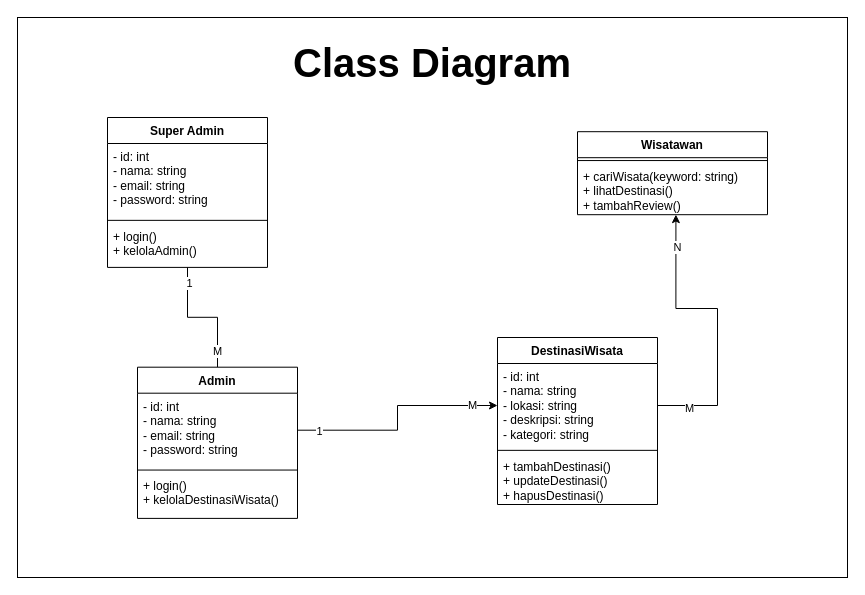
agungsaraswati/UML keeps this draw.io diagram as page "erd" (3 of 7) of Untitled Diagram.drawio. Above is the earlier version. Source tidied: cells renumbered, new cells numbered last; positions are measured from the earlier drawing's top-left corner, leaving out a move shared by most shapes. Both pictures are drawn from the tidied source at 100%, with x=0, y=0 at pixel (17, 17).
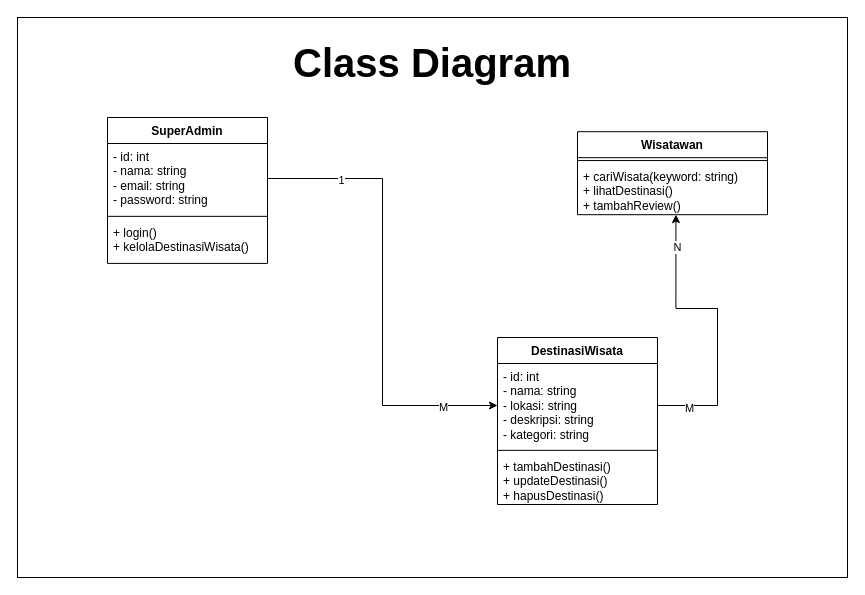
After the change.

The change refers to these unchanged cells:
```xml
<mxCell id="18" value="- id: int&lt;div&gt;- nama: string&lt;/div&gt;&lt;div&gt;- lokasi: string&lt;/div&gt;&lt;div&gt;- deskripsi: string&lt;/div&gt;&lt;div&gt;- kategori: string&lt;/div&gt;" style="text;strokeColor=none;fillColor=none;align=left;verticalAlign=top;spacingLeft=4;spacingRight=4;overflow=hidden;points=[[0,0.5],[1,0.5]];portConstraint=eastwest;whiteSpace=wrap;html=1;" parent="17" vertex="1">
  <mxGeometry y="26" width="160" height="84" as="geometry" />
</mxCell>
```

What changed in the source:
```diff
@@
-    <mxCell id="3" style="edgeStyle=orthogonalEdgeStyle;rounded=0;jettySize=auto;html=1;entryX=0.5;entryY=0;entryDx=0;entryDy=0;endArrow=none;endFill=0;" parent="1" edge="1" source="6" target="10">
-      <mxGeometry relative="1" as="geometry" />
-    </mxCell>
-    <mxCell id="4" value="M" style="edgeLabel;html=1;align=center;verticalAlign=middle;" parent="3" vertex="1">
-      <mxGeometry x="0.75" y="-1" relative="1" as="geometry" />
-    </mxCell>
-    <mxCell id="5" value="1" style="edgeLabel;html=1;align=center;verticalAlign=middle;" parent="3" vertex="1">
-      <mxGeometry x="-0.76" y="1" relative="1" as="geometry" />
-    </mxCell>
-    <mxCell id="6" value="Super Admin" style="swimlane;fontStyle=1;align=center;verticalAlign=top;horizontal=1;startSize=26;whiteSpace=wrap;html=1;" parent="1" vertex="1">
-      <mxGeometry x="90" y="100" width="160" height="149.9" as="geometry" />
+    <mxCell id="6" value="SuperAdmin" style="swimlane;fontStyle=1;align=center;verticalAlign=top;horizontal=1;startSize=26;whiteSpace=wrap;html=1;" parent="1" vertex="1">
+      <mxGeometry x="90" y="100" width="160" height="145.9" as="geometry" />
     </mxCell>
     <mxCell id="7" value="&lt;span style=&quot;background-color: initial;&quot;&gt;- id: int&lt;/span&gt;&lt;br&gt;&lt;span style=&quot;background-color: initial;&quot;&gt;- nama: string&lt;/span&gt;&lt;br&gt;&lt;span style=&quot;background-color: initial;&quot;&gt;- email: string&lt;/span&gt;&lt;br&gt;&lt;span style=&quot;background-color: initial;&quot;&gt;- password: string&lt;/span&gt;" style="text;strokeColor=none;fillColor=none;align=left;verticalAlign=top;spacingLeft=4;spacingRight=4;overflow=hidden;points=[[0,0.5],[1,0.5]];portConstraint=eastwest;whiteSpace=wrap;html=1;" parent="6" vertex="1">
-      <mxGeometry y="26" width="160" height="74" as="geometry" />
+      <mxGeometry y="26" width="160" height="70" as="geometry" />
     </mxCell>
     <mxCell id="8" style="line;strokeWidth=1;fillColor=none;align=left;verticalAlign=middle;spacingTop=-1;spacingLeft=3;spacingRight=3;labelPosition=right;strokeColor=inherit;" parent="6" vertex="1">
-      <mxGeometry y="100" width="160" height="5.7" as="geometry" />
+      <mxGeometry y="96" width="160" height="5.7" as="geometry" />
     </mxCell>
-    <mxCell id="9" value="&lt;span style=&quot;background-color: initial;&quot;&gt;+ login()&lt;/span&gt;&lt;br&gt;&lt;span style=&quot;background-color: initial;&quot;&gt;+ kelolaAdmin()&lt;/span&gt;" style="text;strokeColor=none;fillColor=none;align=left;verticalAlign=top;spacingLeft=4;spacingRight=4;overflow=hidden;whiteSpace=wrap;html=1;" parent="6" vertex="1">
-      <mxGeometry y="105.7" width="160" height="44.2" as="geometry" />
+    <mxCell id="9" value="&lt;span style=&quot;background-color: initial;&quot;&gt;+ login()&lt;/span&gt;&lt;br&gt;&lt;span style=&quot;background-color: initial;&quot;&gt;+ kelolaDestinasiWisata()&lt;/span&gt;" style="text;strokeColor=none;fillColor=none;align=left;verticalAlign=top;spacingLeft=4;spacingRight=4;overflow=hidden;whiteSpace=wrap;html=1;" parent="6" vertex="1">
+      <mxGeometry y="101.7" width="160" height="44.2" as="geometry" />
     </mxCell>
-    <mxCell id="10" value="Admin" style="swimlane;fontStyle=1;align=center;verticalAlign=top;horizontal=1;startSize=26;whiteSpace=wrap;html=1;" parent="1" vertex="1">
-      <mxGeometry x="120" y="349.7" width="160" height="151.2" as="geometry" />
-    </mxCell>
-    <mxCell id="11" value="&lt;span style=&quot;background-color: initial;&quot;&gt;- id: int&lt;/span&gt;&lt;br&gt;&lt;span style=&quot;background-color: initial;&quot;&gt;- nama: string&lt;/span&gt;&lt;br&gt;&lt;div&gt;&lt;span style=&quot;background-color: initial;&quot;&gt;- email: string&lt;/span&gt;&lt;/div&gt;&lt;div&gt;&lt;span style=&quot;background-color: initial;&quot;&gt;- password: string&lt;/span&gt;&lt;/div&gt;" style="text;strokeColor=none;fillColor=none;align=left;verticalAlign=top;spacingLeft=4;spacingRight=4;overflow=hidden;points=[[0,0.5],[1,0.5]];portConstraint=eastwest;whiteSpace=wrap;html=1;" parent="10" vertex="1">
-      <mxGeometry y="26" width="160" height="74" as="geometry" />
-    </mxCell>
-    <mxCell id="12" style="line;strokeWidth=1;fillColor=none;align=left;verticalAlign=middle;spacingTop=-1;spacingLeft=3;spacingRight=3;labelPosition=right;strokeColor=inherit;" parent="10" vertex="1">
-      <mxGeometry y="100" width="160" height="5.7" as="geometry" />
-    </mxCell>
-    <mxCell id="13" value="+ login()&lt;div&gt;+ kelolaDestinasiWisata()&lt;/div&gt;" style="text;strokeColor=none;fillColor=none;align=left;verticalAlign=top;spacingLeft=4;spacingRight=4;overflow=hidden;whiteSpace=wrap;html=1;" parent="10" vertex="1">
-      <mxGeometry y="105.7" width="160" height="45.5" as="geometry" />
-    </mxCell>
@@
-    <mxCell id="21" style="edgeStyle=orthogonalEdgeStyle;rounded=0;jettySize=auto;html=1;entryX=0;entryY=0.5;entryDx=0;entryDy=0;" parent="1" edge="1" source="11" target="18">
-      <mxGeometry relative="1" as="geometry" />
-    </mxCell>
-    <mxCell id="22" value="1" style="edgeLabel;html=1;align=center;verticalAlign=middle;" parent="21" vertex="1">
-      <mxGeometry x="-0.81" y="-1" relative="1" as="geometry" />
-    </mxCell>
-    <mxCell id="23" value="M" style="edgeLabel;html=1;align=center;verticalAlign=middle;" parent="21" vertex="1">
-      <mxGeometry x="0.77" y="1" relative="1" as="geometry" />
-    </mxCell>
@@
+    <mxCell id="28" style="edgeStyle=orthogonalEdgeStyle;rounded=0;jettySize=auto;html=1;entryX=0;entryY=0.5;entryDx=0;entryDy=0;" parent="1" edge="1" source="7" target="18">
+      <mxGeometry relative="1" as="geometry" />
+    </mxCell>
+    <mxCell id="29" value="1" style="edgeLabel;html=1;align=center;verticalAlign=middle;" parent="28" vertex="1">
+      <mxGeometry x="-0.68" y="-1" relative="1" as="geometry" />
+    </mxCell>
+    <mxCell id="30" value="M" style="edgeLabel;html=1;align=center;verticalAlign=middle;" parent="28" vertex="1">
+      <mxGeometry x="0.76" y="-1" relative="1" as="geometry" />
+    </mxCell>
```
